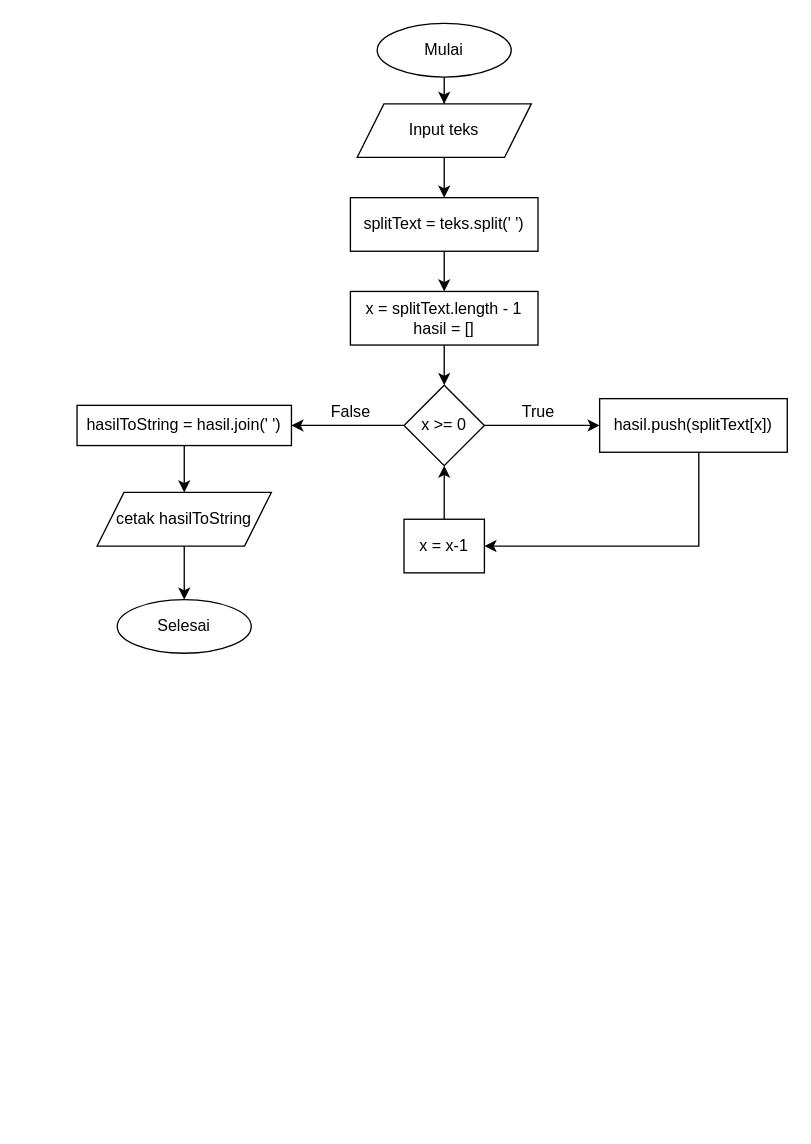
Above: page "Reverse" (2 of 4) of Tugas 2/reverse dan palindrom.drawio in taufik17/Pijar_Camp (draw.io), before the change. Source tidied: cells renumbered, new cells numbered last; positions are measured from the earlier drawing's top-left corner, leaving out a move shared by most shapes. Both pictures are drawn from the tidied source at 134%, with x=0, y=0 at pixel (76, 23).
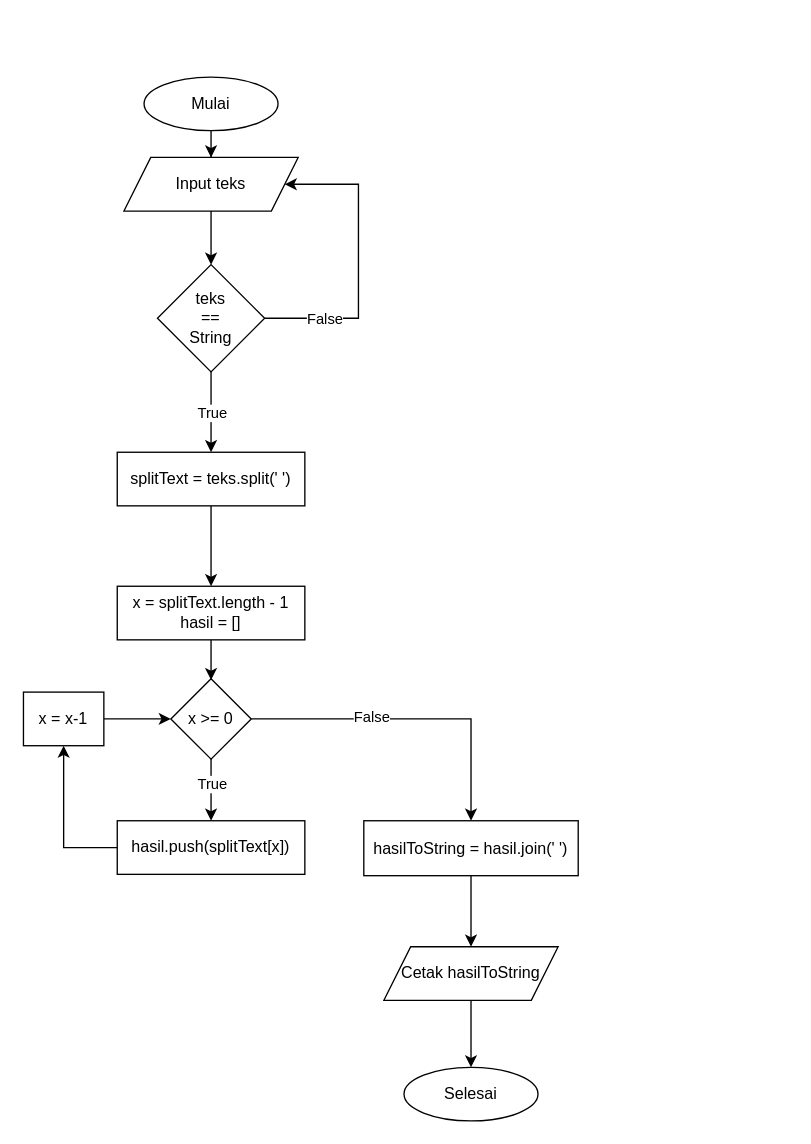
Above is the later version.

The change refers to these unchanged cells:
```xml
<mxCell id="11" style="edgeStyle=orthogonalEdgeStyle;rounded=0;jettySize=auto;html=1;" parent="1" edge="1" source="13" target="19">
  <mxGeometry relative="1" as="geometry" />
</mxCell>
```

What changed in the source:
```diff
@@
     <mxCell id="3" value="Mulai" style="ellipse;whiteSpace=wrap;html=1;" parent="1" vertex="1">
-      <mxGeometry x="224" width="100" height="40" as="geometry" />
+      <mxGeometry x="50" y="40" width="100" height="40" as="geometry" />
     </mxCell>
     <mxCell id="4" value="Selesai" style="ellipse;whiteSpace=wrap;html=1;" parent="1" vertex="1">
-      <mxGeometry x="30" y="430" width="100" height="40" as="geometry" />
+      <mxGeometry x="244" y="779" width="100" height="40" as="geometry" />
     </mxCell>
-    <mxCell id="5" style="edgeStyle=orthogonalEdgeStyle;rounded=0;jettySize=auto;html=1;" parent="1" edge="1" source="6" target="8">
-      <mxGeometry relative="1" as="geometry" />
-    </mxCell>
+    <mxCell id="24" style="edgeStyle=orthogonalEdgeStyle;rounded=0;jettySize=auto;html=1;" parent="1" edge="1" source="6" target="35">
+      <mxGeometry relative="1" as="geometry" />
+    </mxCell>
     <mxCell id="6" value="Input teks" style="shape=parallelogram;perimeter=parallelogramPerimeter;whiteSpace=wrap;html=1;fixedSize=1;" parent="1" vertex="1">
-      <mxGeometry x="209" y="60" width="130" height="40" as="geometry" />
+      <mxGeometry x="35" y="100" width="130" height="40" as="geometry" />
     </mxCell>
@@
     <mxCell id="8" value="splitText = teks.split(' ')" style="rounded=0;whiteSpace=wrap;html=1;" parent="1" vertex="1">
-      <mxGeometry x="204" y="130" width="140" height="40" as="geometry" />
+      <mxGeometry x="30" y="320" width="140" height="40" as="geometry" />
     </mxCell>
-    <mxCell id="9" style="edgeStyle=orthogonalEdgeStyle;rounded=0;jettySize=auto;html=1;" parent="1" edge="1" source="10" target="13">
-      <mxGeometry relative="1" as="geometry" />
-    </mxCell>
+    <mxCell id="25" style="edgeStyle=orthogonalEdgeStyle;rounded=0;jettySize=auto;html=1;" parent="1" edge="1" source="10">
+      <mxGeometry relative="1" as="geometry">
+        <mxPoint x="100" y="490" as="targetPoint" />
+      </mxGeometry>
+    </mxCell>
     <mxCell id="10" value="x = splitText.length - 1&lt;br&gt;hasil = []" style="rounded=0;whiteSpace=wrap;html=1;" parent="1" vertex="1">
-      <mxGeometry x="204" y="200" width="140" height="40" as="geometry" />
+      <mxGeometry x="30" y="420" width="140" height="40" as="geometry" />
     </mxCell>
+    <mxCell id="26" style="edgeStyle=orthogonalEdgeStyle;rounded=0;jettySize=auto;html=1;entryX=0.5;entryY=0;entryDx=0;entryDy=0;" parent="1" edge="1" source="27" target="4">
+      <mxGeometry relative="1" as="geometry" />
+    </mxCell>
+    <mxCell id="27" value="Cetak hasilToString" style="shape=parallelogram;perimeter=parallelogramPerimeter;whiteSpace=wrap;html=1;fixedSize=1;" parent="1" vertex="1">
+      <mxGeometry x="229" y="689" width="130" height="40" as="geometry" />
+    </mxCell>
+    <mxCell id="12" style="edgeStyle=orthogonalEdgeStyle;rounded=0;jettySize=auto;html=1;" parent="1" edge="1" source="13" target="15">
+      <mxGeometry relative="1" as="geometry" />
+    </mxCell>
+    <mxCell id="28" value="True" style="edgeLabel;html=1;align=center;verticalAlign=middle;" parent="12" vertex="1">
+      <mxGeometry x="-0.23" relative="1" as="geometry" />
+    </mxCell>
@@
-    <mxCell id="12" style="edgeStyle=orthogonalEdgeStyle;rounded=0;jettySize=auto;html=1;" parent="1" edge="1" source="13" target="15">
-      <mxGeometry relative="1" as="geometry" />
-    </mxCell>
+    <mxCell id="29" value="False" style="edgeLabel;html=1;align=center;verticalAlign=middle;" parent="11" vertex="1">
+      <mxGeometry x="-0.26" y="2" relative="1" as="geometry" />
+    </mxCell>
     <mxCell id="13" value="x &amp;gt;= 0" style="rhombus;whiteSpace=wrap;html=1;" parent="1" vertex="1">
-      <mxGeometry x="244" y="270" width="60" height="60" as="geometry" />
+      <mxGeometry x="70" y="489" width="60" height="60" as="geometry" />
     </mxCell>
-    <mxCell id="14" style="edgeStyle=orthogonalEdgeStyle;rounded=0;jettySize=auto;html=1;" parent="1" edge="1" source="15" target="17">
-      <mxGeometry relative="1" as="geometry">
-        <Array as="points">
-          <mxPoint x="464" y="390" />
-        </Array>
-      </mxGeometry>
+    <mxCell id="14" style="edgeStyle=orthogonalEdgeStyle;rounded=0;jettySize=auto;html=1;entryX=0.5;entryY=1;entryDx=0;entryDy=0;" parent="1" edge="1" source="15" target="17">
+      <mxGeometry relative="1" as="geometry" />
     </mxCell>
     <mxCell id="15" value="hasil.push(splitText[x])" style="rounded=0;whiteSpace=wrap;html=1;" parent="1" vertex="1">
-      <mxGeometry x="390" y="280" width="140" height="40" as="geometry" />
+      <mxGeometry x="30" y="595" width="140" height="40" as="geometry" />
     </mxCell>
-    <mxCell id="16" style="edgeStyle=orthogonalEdgeStyle;rounded=0;jettySize=auto;html=1;" parent="1" edge="1" source="17" target="13">
-      <mxGeometry relative="1" as="geometry" />
+    <mxCell id="16" style="edgeStyle=orthogonalEdgeStyle;rounded=0;jettySize=auto;html=1;exitX=0.5;exitY=0;exitDx=0;exitDy=0;" parent="1" edge="1" source="17" target="13">
+      <mxGeometry relative="1" as="geometry">
+        <Array as="points">
+          <mxPoint x="-10" y="519" />
+        </Array>
+      </mxGeometry>
     </mxCell>
     <mxCell id="17" value="x = x-1" style="rounded=0;whiteSpace=wrap;html=1;" parent="1" vertex="1">
-      <mxGeometry x="244" y="370" width="60" height="40" as="geometry" />
+      <mxGeometry x="-40" y="499" width="60" height="40" as="geometry" />
     </mxCell>
-    <mxCell id="18" style="edgeStyle=orthogonalEdgeStyle;rounded=0;jettySize=auto;html=1;" parent="1" edge="1" source="19" target="23">
-      <mxGeometry relative="1" as="geometry" />
-    </mxCell>
+    <mxCell id="30" style="edgeStyle=orthogonalEdgeStyle;rounded=0;jettySize=auto;html=1;entryX=0.5;entryY=0;entryDx=0;entryDy=0;" parent="1" edge="1" source="19" target="27">
+      <mxGeometry relative="1" as="geometry" />
+    </mxCell>
     <mxCell id="19" value="hasilToString = hasil.join(' ')" style="whiteSpace=wrap;html=1;" parent="1" vertex="1">
-      <mxGeometry y="285" width="160" height="30" as="geometry" />
+      <mxGeometry x="214" y="595" width="160" height="41" as="geometry" />
     </mxCell>
-    <mxCell id="20" value="True" style="text;html=1;align=center;verticalAlign=middle;strokeColor=none;fillColor=none;" parent="1" vertex="1">
-      <mxGeometry x="324" y="280" width="40" height="20" as="geometry" />
-    </mxCell>
-    <mxCell id="21" value="False" style="text;html=1;align=center;verticalAlign=middle;strokeColor=none;fillColor=none;" parent="1" vertex="1">
-      <mxGeometry x="184" y="280" width="40" height="20" as="geometry" />
-    </mxCell>
-    <mxCell id="22" style="edgeStyle=orthogonalEdgeStyle;rounded=0;jettySize=auto;html=1;" parent="1" edge="1" source="23" target="4">
-      <mxGeometry relative="1" as="geometry" />
-    </mxCell>
-    <mxCell id="23" value="cetak hasilToString" style="shape=parallelogram;perimeter=parallelogramPerimeter;whiteSpace=wrap;html=1;fixedSize=1;" parent="1" vertex="1">
-      <mxGeometry x="15" y="350" width="130" height="40" as="geometry" />
-    </mxCell>
+    <mxCell id="31" style="edgeStyle=orthogonalEdgeStyle;rounded=0;jettySize=auto;html=1;exitX=0.5;exitY=1;exitDx=0;exitDy=0;entryX=0.5;entryY=0;entryDx=0;entryDy=0;" parent="1" edge="1" source="35">
+      <mxGeometry relative="1" as="geometry">
+        <mxPoint x="100" y="320" as="targetPoint" />
+      </mxGeometry>
+    </mxCell>
+    <mxCell id="32" value="True" style="edgeLabel;html=1;align=center;verticalAlign=middle;" parent="31" vertex="1">
+      <mxGeometry x="-0.36" relative="1" as="geometry">
+        <mxPoint y="11" as="offset" />
+      </mxGeometry>
+    </mxCell>
+    <mxCell id="33" style="edgeStyle=orthogonalEdgeStyle;rounded=0;jettySize=auto;html=1;entryX=1;entryY=0.5;entryDx=0;entryDy=0;" parent="1" edge="1" source="35" target="6">
+      <mxGeometry relative="1" as="geometry">
+        <Array as="points">
+          <mxPoint x="210" y="220" />
+          <mxPoint x="210" y="120" />
+        </Array>
+      </mxGeometry>
+    </mxCell>
+    <mxCell id="34" value="False" style="edgeLabel;html=1;align=center;verticalAlign=middle;" parent="33" vertex="1">
+      <mxGeometry x="-0.61" relative="1" as="geometry" />
+    </mxCell>
+    <mxCell id="35" value="teks&lt;br&gt;== &lt;br&gt;String" style="rhombus;whiteSpace=wrap;html=1;" parent="1" vertex="1">
+      <mxGeometry x="60" y="180" width="80" height="80" as="geometry" />
+    </mxCell>
```
